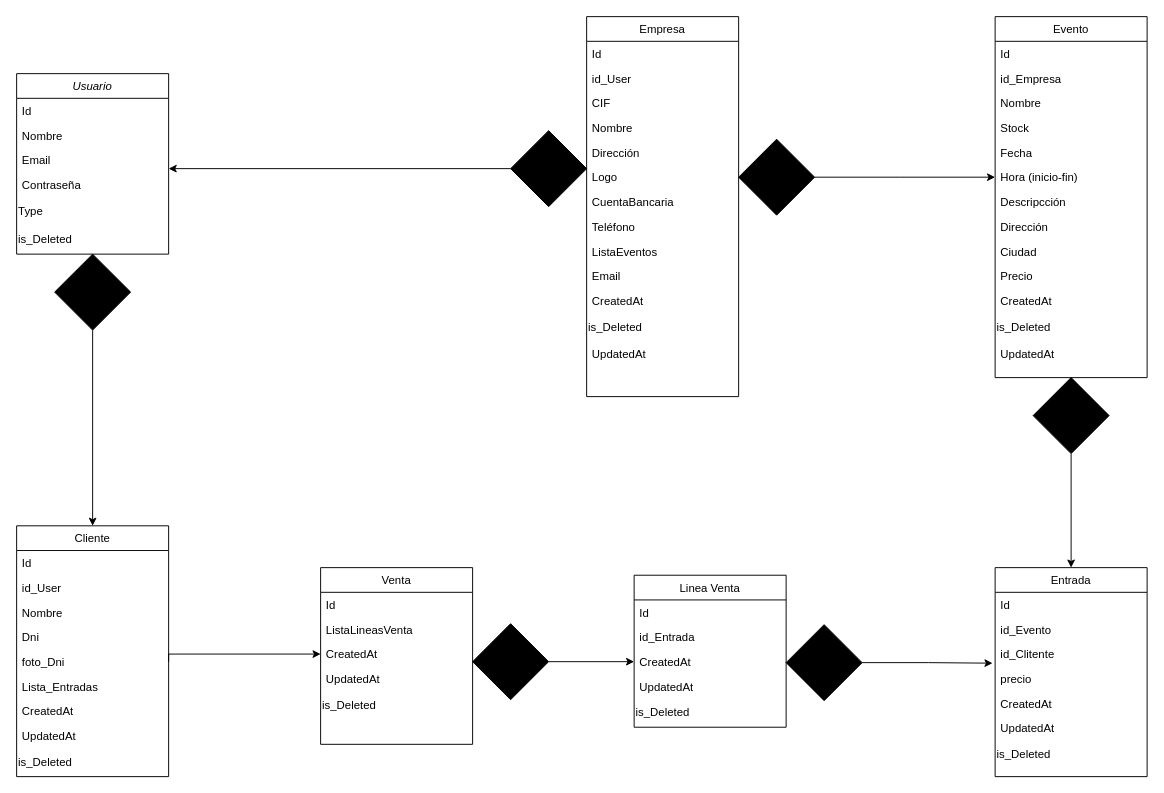
This is doc/DiagramaClasesFlamenco.drawio from germangfc/DeFlamenco-Laravel, a draw.io file, before an edit. Source tidied: cells renumbered, new cells numbered last; positions are measured from the earlier drawing's top-left corner, leaving out a move shared by most shapes. Both pictures are drawn from the tidied source at 95%, with x=0, y=0 at pixel (16, 16).
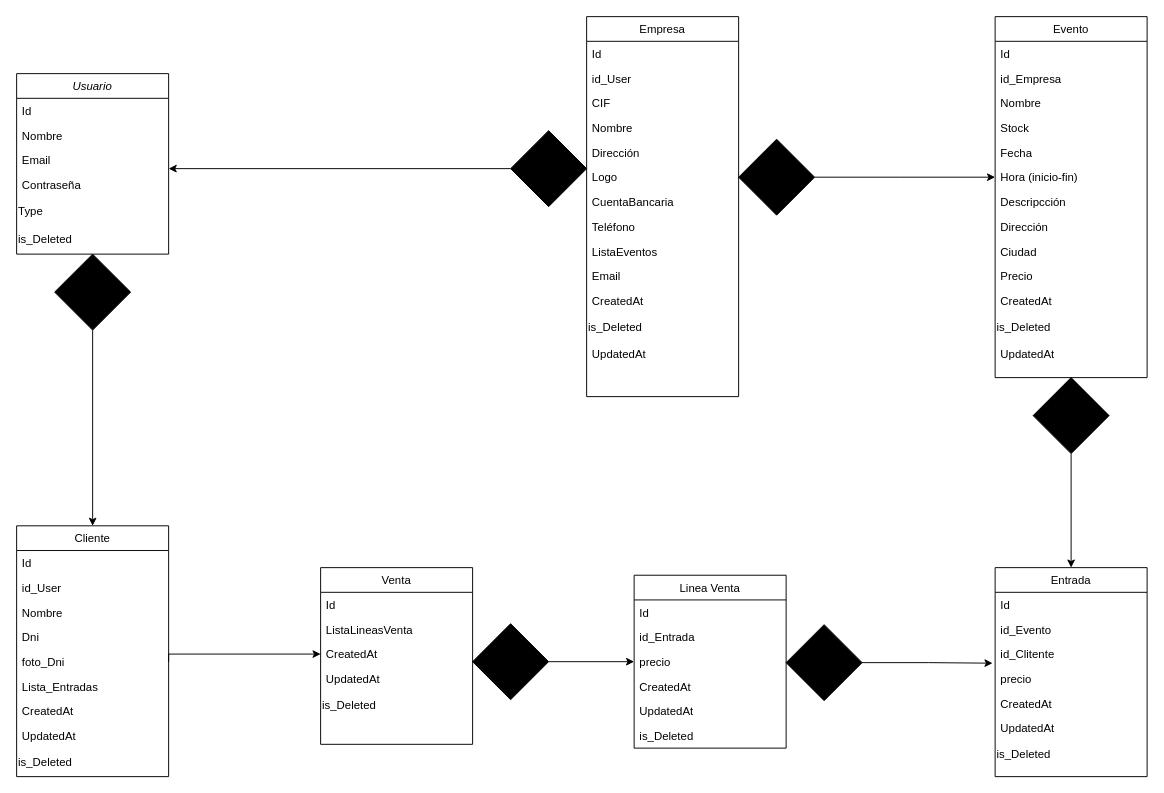
The same page after the edit.

Commit message (it also covers changes not shown here):
diagramaClases modificado, añadido precio en línea de venta

Diff of the diagram source:
```diff
@@
     <mxCell id="63" value="Linea Venta" style="swimlane;fontStyle=0;align=center;verticalAlign=top;horizontal=1;startSize=26;rounded=0;shadow=0;strokeWidth=1;" parent="1" vertex="1">
-      <mxGeometry x="650" y="588" width="160" height="160" as="geometry" />
+      <mxGeometry x="650" y="588" width="160" height="182" as="geometry" />
     </mxCell>
@@
-    <mxCell id="66" value="CreatedAt" style="text;align=left;verticalAlign=top;spacingLeft=4;spacingRight=4;overflow=hidden;points=[[0,0.5],[1,0.5]];portConstraint=eastwest;" parent="63" vertex="1">
+    <mxCell id="66" value="precio" style="text;align=left;verticalAlign=top;spacingLeft=4;spacingRight=4;overflow=hidden;points=[[0,0.5],[1,0.5]];portConstraint=eastwest;" parent="63" vertex="1">
       <mxGeometry y="78" width="160" height="26" as="geometry" />
     </mxCell>
-    <mxCell id="67" value="UpdatedAt" style="text;align=left;verticalAlign=top;spacingLeft=4;spacingRight=4;overflow=hidden;" parent="63" vertex="1">
+    <mxCell id="67" value="CreatedAt" style="text;align=left;verticalAlign=top;spacingLeft=4;spacingRight=4;overflow=hidden;" parent="63" vertex="1">
       <mxGeometry y="104" width="160" height="26" as="geometry" />
     </mxCell>
+    <mxCell id="80" value="UpdatedAt" style="text;align=left;verticalAlign=top;spacingLeft=4;spacingRight=4;overflow=hidden;" parent="63" vertex="1">
+      <mxGeometry y="130" width="160" height="26" as="geometry" />
+    </mxCell>
-    <mxCell id="68" value="is_Deleted" style="text;html=1;strokeColor=none;fillColor=none;align=left;verticalAlign=middle;whiteSpace=wrap;rounded=0;" parent="63" vertex="1">
-      <mxGeometry y="130" width="160" height="30" as="geometry" />
+    <mxCell id="68" value="is_Deleted" style="text;align=left;verticalAlign=top;spacingLeft=4;spacingRight=4;overflow=hidden;" parent="63" vertex="1">
+      <mxGeometry y="156" width="160" height="26" as="geometry" />
     </mxCell>
```
